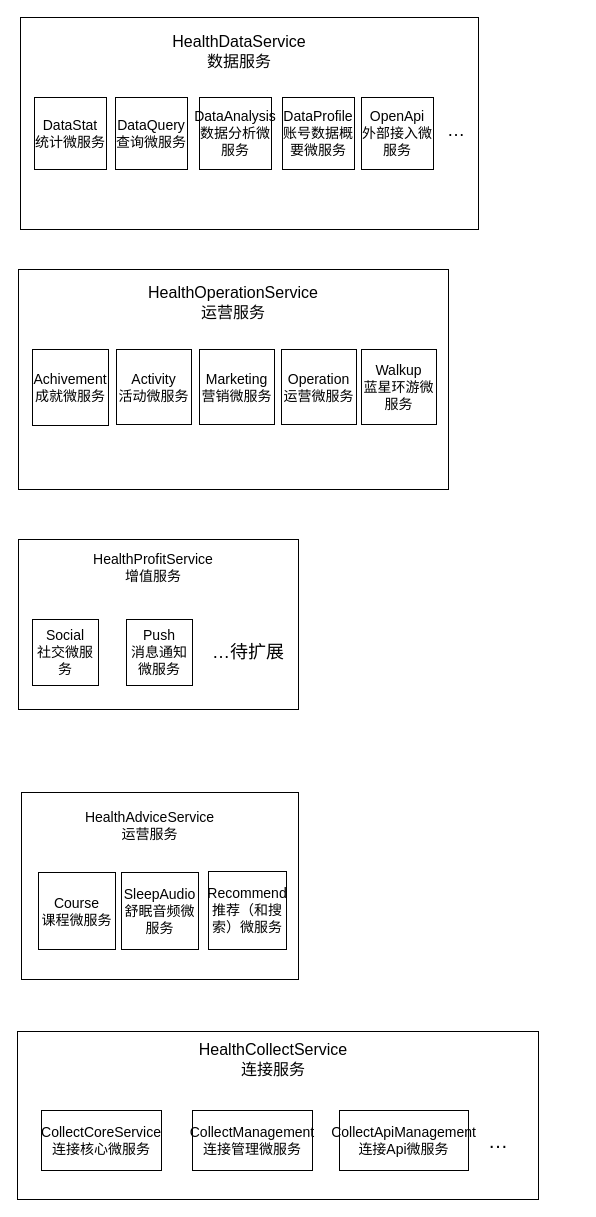
HuaHero/interview keeps this draw.io diagram as 运动健康云1层架构.drawio. Above is the earlier version. Source tidied: cells renumbered, new cells numbered last; positions are measured from the earlier drawing's top-left corner, leaving out a move shared by most shapes. Both pictures are drawn from the tidied source at 100%, with x=0, y=0 at pixel (17, 17).
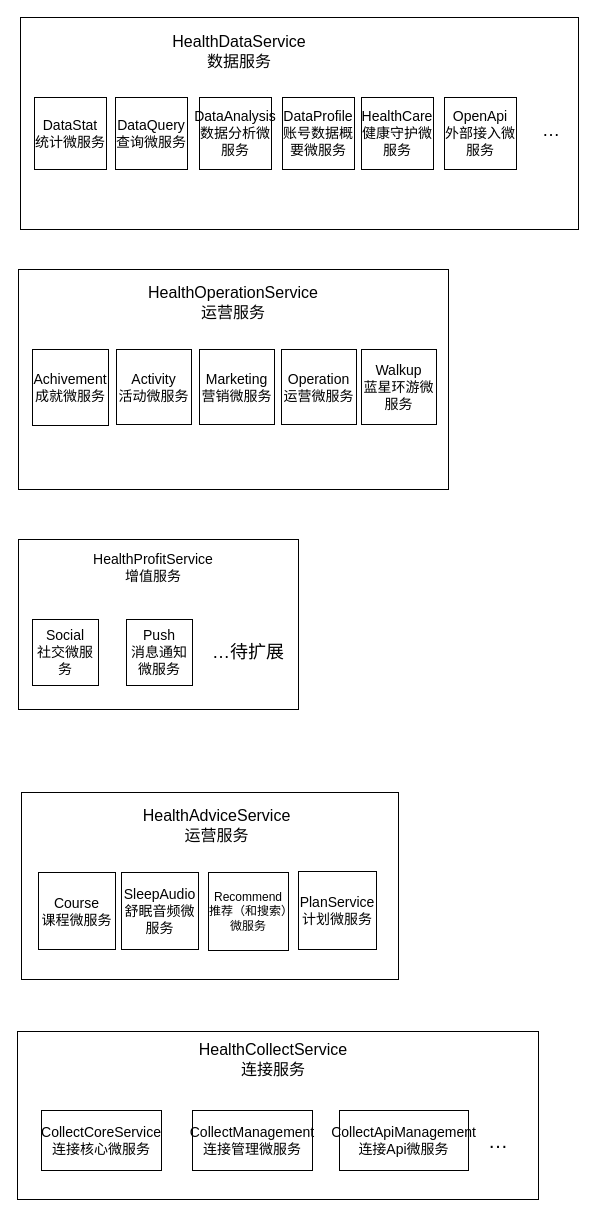
After the change.

Commit message:
更新运动健康云1层架构.drawio

Change to the diagram source:
```diff
@@
     <mxCell id="13" style="rounded=0;whiteSpace=wrap;html=1;fontSize=14;" parent="1" vertex="1">
-      <mxGeometry x="4" y="775" width="277" height="187" as="geometry" />
+      <mxGeometry x="4" y="775" width="377" height="187" as="geometry" />
     </mxCell>
-    <mxCell id="14" value="HealthAdviceService&lt;br style=&quot;border-color: var(--border-color); font-size: 14px;&quot;&gt;运营服务" style="text;html=1;strokeColor=none;fillColor=none;align=center;verticalAlign=middle;whiteSpace=wrap;rounded=0;fontSize=14;" parent="1" vertex="1">
-      <mxGeometry x="24" y="790" width="217" height="35" as="geometry" />
+    <mxCell id="14" value="HealthAdviceService&lt;br style=&quot;border-color: var(--border-color); font-size: 16px;&quot;&gt;运营服务" style="text;html=1;strokeColor=none;fillColor=none;align=center;verticalAlign=middle;whiteSpace=wrap;rounded=0;fontSize=16;" parent="1" vertex="1">
+      <mxGeometry x="91" y="790" width="217" height="35" as="geometry" />
     </mxCell>
@@
-    <mxCell id="17" value="Recommend推荐（和搜索）微服务" style="whiteSpace=wrap;html=1;fontSize=14;" parent="1" vertex="1">
-      <mxGeometry x="191" y="854" width="78" height="78" as="geometry" />
-    </mxCell>
@@
     <mxCell id="19" style="rounded=0;whiteSpace=wrap;html=1;fontSize=14;" parent="1" vertex="1">
-      <mxGeometry x="3" width="458" height="212" as="geometry" />
+      <mxGeometry x="3" width="558" height="212" as="geometry" />
     </mxCell>
@@
-    <mxCell id="25" value="OpenApi&lt;br style=&quot;font-size: 14px;&quot;&gt;外部接入微服务" style="whiteSpace=wrap;html=1;fontSize=14;" parent="1" vertex="1">
+    <mxCell id="25" value="HealthCare&lt;br style=&quot;font-size: 14px;&quot;&gt;健康守护微服务" style="whiteSpace=wrap;html=1;fontSize=14;" parent="1" vertex="1">
       <mxGeometry x="344" y="80" width="72" height="72" as="geometry" />
     </mxCell>
     <mxCell id="26" value="…" style="text;html=1;strokeColor=none;fillColor=none;align=center;verticalAlign=middle;whiteSpace=wrap;rounded=0;fontSize=18;" parent="1" vertex="1">
-      <mxGeometry x="419" y="98" width="40" height="30" as="geometry" />
+      <mxGeometry x="514" y="98" width="40" height="30" as="geometry" />
     </mxCell>
+    <mxCell id="33" value="OpenApi&lt;br style=&quot;font-size: 14px;&quot;&gt;外部接入微服务" style="whiteSpace=wrap;html=1;fontSize=14;" parent="1" vertex="1">
+      <mxGeometry x="427" y="80" width="72" height="72" as="geometry" />
+    </mxCell>
@@
+    <mxCell id="34" value="PlanService&lt;br&gt;计划微服务" style="whiteSpace=wrap;html=1;fontSize=14;" parent="1" vertex="1">
+      <mxGeometry x="281" y="854" width="78" height="78" as="geometry" />
+    </mxCell>
+    <mxCell id="17" value="Recommend推荐（和搜索）微服务" style="rounded=0;whiteSpace=wrap;html=1;" parent="1" vertex="1">
+      <mxGeometry x="191" y="855" width="80" height="78" as="geometry" />
+    </mxCell>
```
